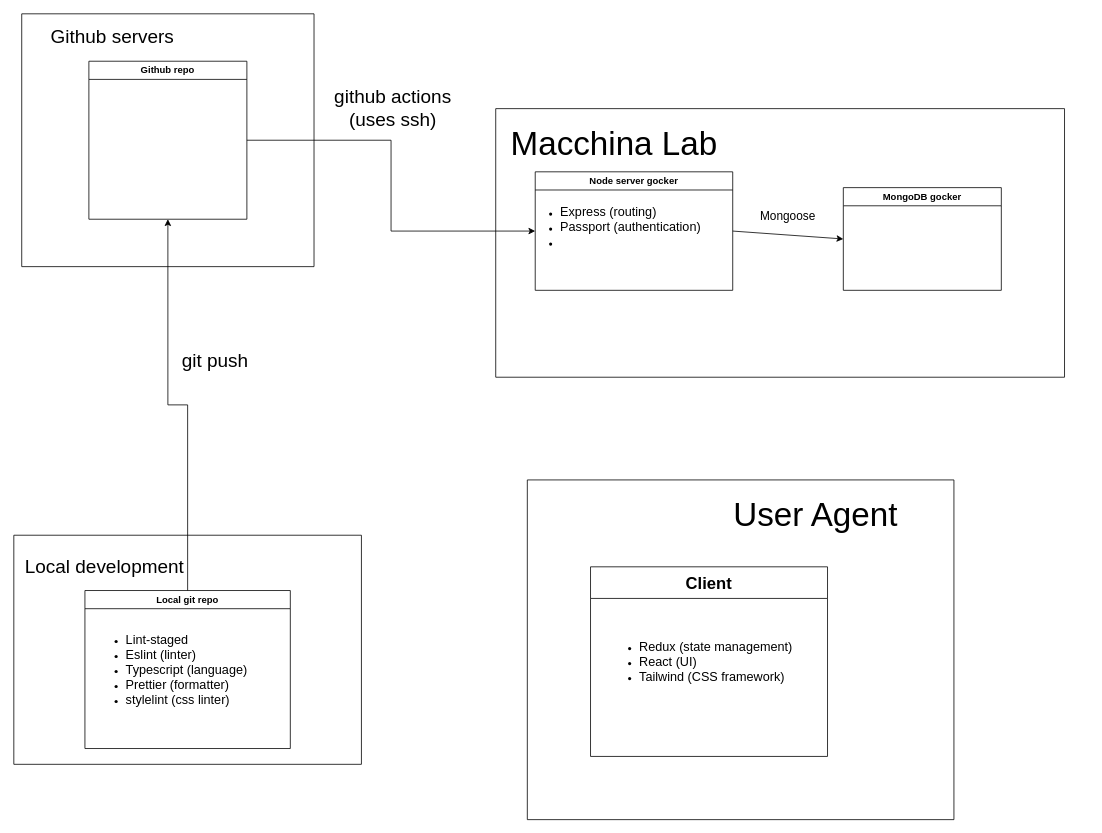
Above: Diagramma senza titolo.drawio in tecWebSelfie/ProgettoWebApp (draw.io), before the change. Source tidied: cells renumbered, new cells numbered last; positions are measured from the earlier drawing's top-left corner, leaving out a move shared by most shapes. Both pictures are drawn from the tidied source at 79%, with x=0, y=0 at pixel (13, 13).
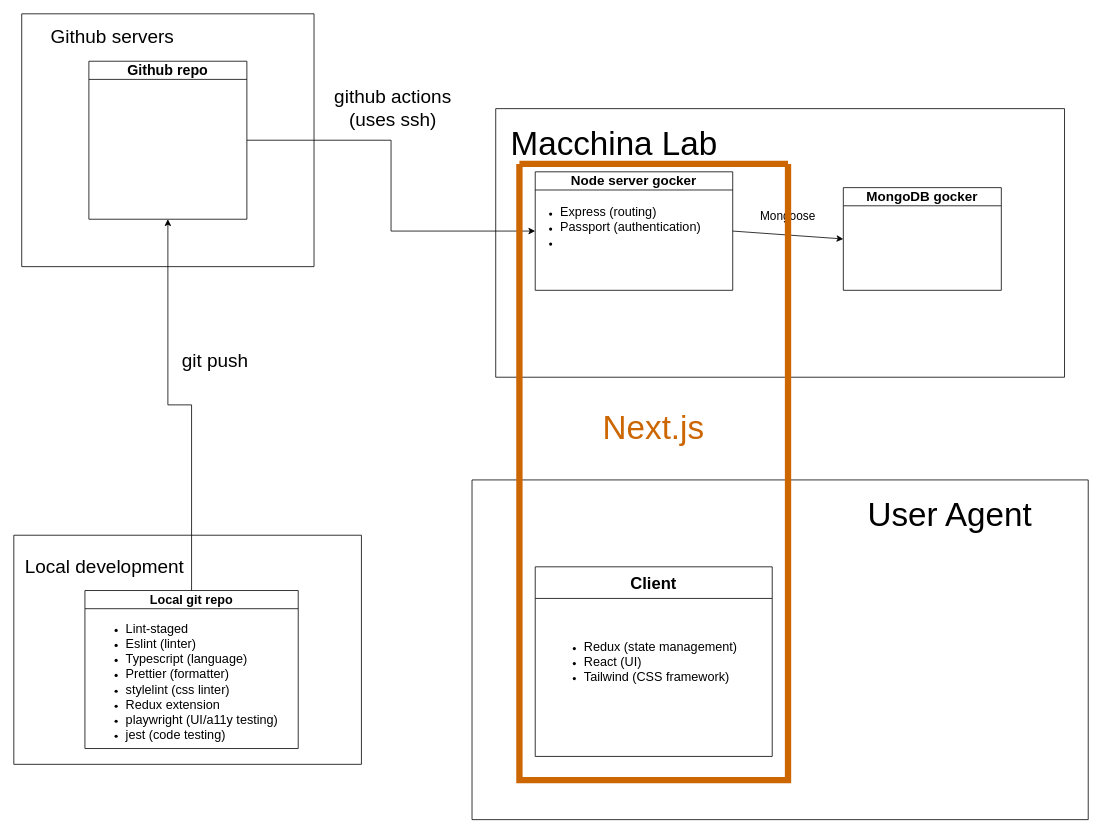
The same page after the edit.

Commit message:
added development system specifications

Unchanged cells that the change refers to:
```xml
<mxCell id="11" style="swimlane;startSize=0;" parent="1" vertex="1">
  <mxGeometry x="10" width="370" height="320" as="geometry" />
</mxCell>
<mxCell id="14" style="swimlane;startSize=0;" parent="1" vertex="1">
  <mxGeometry y="660" width="440" height="290" as="geometry" />
</mxCell>
```

The edit, as a diff of the source:
```diff
@@
-    <mxCell id="2" value="Node server gocker" style="swimlane;whiteSpace=wrap;html=1;startSize=23;" parent="1" vertex="1">
+    <mxCell id="2" value="&lt;font style=&quot;font-size: 17px;&quot;&gt;Node server gocker&lt;/font&gt;" style="swimlane;whiteSpace=wrap;html=1;startSize=23;" parent="1" vertex="1">
       <mxGeometry x="660" y="200" width="250" height="150" as="geometry" />
     </mxCell>
@@
-    <mxCell id="4" value="MongoDB gocker" style="swimlane;whiteSpace=wrap;html=1;startSize=23;" parent="1" vertex="1">
+    <mxCell id="4" value="&lt;font style=&quot;font-size: 17px;&quot;&gt;MongoDB gocker&lt;/font&gt;" style="swimlane;whiteSpace=wrap;html=1;startSize=23;" parent="1" vertex="1">
       <mxGeometry x="1050" y="220" width="200" height="130" as="geometry" />
     </mxCell>
@@
-    <mxCell id="12" value="Github repo" style="swimlane;whiteSpace=wrap;html=1;startSize=23;" parent="11" vertex="1">
+    <mxCell id="12" value="&lt;font style=&quot;font-size: 18px;&quot;&gt;Github repo&lt;/font&gt;" style="swimlane;whiteSpace=wrap;html=1;startSize=23;" parent="11" vertex="1">
       <mxGeometry x="85" y="60" width="200" height="200" as="geometry" />
     </mxCell>
@@
-    <mxCell id="16" value="Local git repo" style="swimlane;whiteSpace=wrap;html=1;" parent="14" vertex="1">
-      <mxGeometry x="90" y="70" width="260" height="200" as="geometry" />
+    <mxCell id="16" value="&lt;font style=&quot;font-size: 16px;&quot;&gt;Local git repo&lt;/font&gt;" style="swimlane;whiteSpace=wrap;html=1;" parent="14" vertex="1">
+      <mxGeometry x="90" y="70" width="270" height="200" as="geometry" />
     </mxCell>
-    <mxCell id="17" value="&lt;ul style=&quot;&quot;&gt;&lt;li style=&quot;&quot;&gt;&lt;span style=&quot;font-size: 16px;&quot;&gt;Lint-staged&lt;/span&gt;&lt;/li&gt;&lt;li style=&quot;&quot;&gt;&lt;span style=&quot;font-size: 16px;&quot;&gt;Eslint (linter)&lt;/span&gt;&lt;/li&gt;&lt;li style=&quot;&quot;&gt;&lt;span style=&quot;font-size: 16px;&quot;&gt;Typescript (language)&lt;/span&gt;&lt;/li&gt;&lt;li style=&quot;&quot;&gt;&lt;span style=&quot;font-size: 16px;&quot;&gt;Prettier (formatter)&lt;/span&gt;&lt;/li&gt;&lt;li style=&quot;&quot;&gt;&lt;span style=&quot;font-size: 16px;&quot;&gt;stylelint (css linter)&lt;/span&gt;&lt;/li&gt;&lt;/ul&gt;" style="text;html=1;align=left;verticalAlign=middle;strokeColor=none;fillColor=none;" parent="16" vertex="1">
-      <mxGeometry x="10" y="35" width="220" height="130" as="geometry" />
+    <mxCell id="17" value="&lt;ul style=&quot;&quot;&gt;&lt;li style=&quot;&quot;&gt;&lt;span style=&quot;font-size: 16px;&quot;&gt;Lint-staged&lt;/span&gt;&lt;/li&gt;&lt;li style=&quot;&quot;&gt;&lt;span style=&quot;font-size: 16px;&quot;&gt;Eslint (linter)&lt;/span&gt;&lt;/li&gt;&lt;li style=&quot;&quot;&gt;&lt;span style=&quot;font-size: 16px;&quot;&gt;Typescript (language)&lt;/span&gt;&lt;/li&gt;&lt;li style=&quot;&quot;&gt;&lt;span style=&quot;font-size: 16px;&quot;&gt;Prettier (formatter)&lt;/span&gt;&lt;/li&gt;&lt;li style=&quot;&quot;&gt;&lt;span style=&quot;font-size: 16px;&quot;&gt;stylelint (css linter)&lt;/span&gt;&lt;/li&gt;&lt;li style=&quot;&quot;&gt;&lt;span style=&quot;font-size: 16px;&quot;&gt;Redux extension&lt;/span&gt;&lt;/li&gt;&lt;li style=&quot;&quot;&gt;&lt;span style=&quot;font-size: 16px;&quot;&gt;playwright (UI/a11y testing)&lt;/span&gt;&lt;/li&gt;&lt;li style=&quot;&quot;&gt;&lt;span style=&quot;font-size: 16px;&quot;&gt;jest (code testing)&lt;/span&gt;&lt;/li&gt;&lt;/ul&gt;" style="text;html=1;align=left;verticalAlign=middle;strokeColor=none;fillColor=none;" parent="16" vertex="1">
+      <mxGeometry x="10" y="20" width="260" height="190" as="geometry" />
     </mxCell>
@@
     <mxCell id="22" style="swimlane;startSize=0;" parent="1" vertex="1">
-      <mxGeometry x="650" y="590" width="540" height="430" as="geometry" />
+      <mxGeometry x="580" y="590" width="780" height="430" as="geometry" />
     </mxCell>
     <mxCell id="23" value="&lt;font style=&quot;font-size: 42px;&quot;&gt;User Agent&lt;/font&gt;" style="text;html=1;align=center;verticalAlign=middle;whiteSpace=wrap;rounded=0;" parent="22" vertex="1">
-      <mxGeometry x="220" y="20" width="290" height="50" as="geometry" />
+      <mxGeometry x="460" y="20" width="290" height="50" as="geometry" />
     </mxCell>
@@
+    <mxCell id="26" style="swimlane;startSize=0;fillColor=#fff2cc;strokeColor=#CC6600;strokeWidth=8;" parent="1" vertex="1">
+      <mxGeometry x="640" y="190" width="340" height="780" as="geometry" />
+    </mxCell>
+    <mxCell id="27" value="&lt;span style=&quot;font-size: 42px;&quot;&gt;&lt;font color=&quot;#cc6600&quot;&gt;Next.js&lt;/font&gt;&lt;/span&gt;" style="text;html=1;align=center;verticalAlign=middle;whiteSpace=wrap;rounded=0;" parent="26" vertex="1">
+      <mxGeometry x="25" y="310" width="290" height="50" as="geometry" />
+    </mxCell>
```
